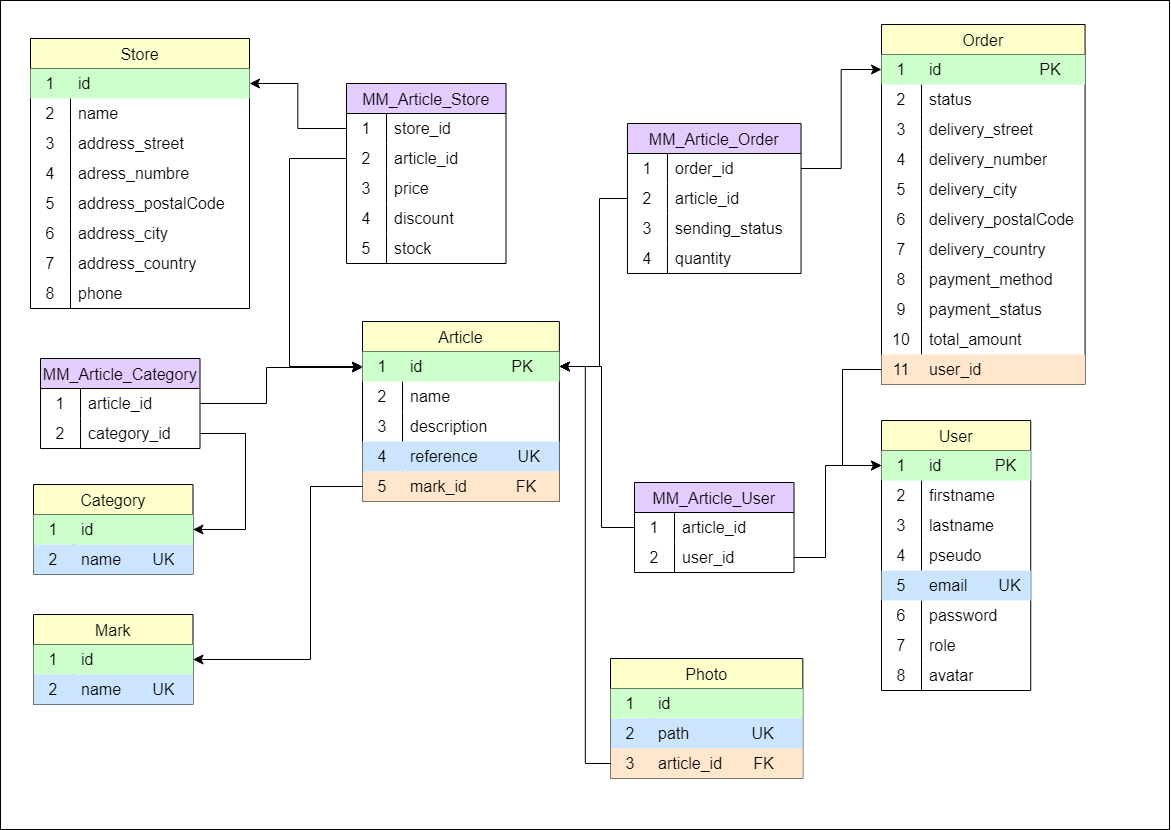
Carole-GRD/TF_expressAPIAstro keeps this draw.io diagram as diagrams/Relationnel.png. Above is the earlier version. Source tidied: cells renumbered, new cells last; positions are measured from the earlier drawing's top-left corner, leaving out a move shared by most shapes.
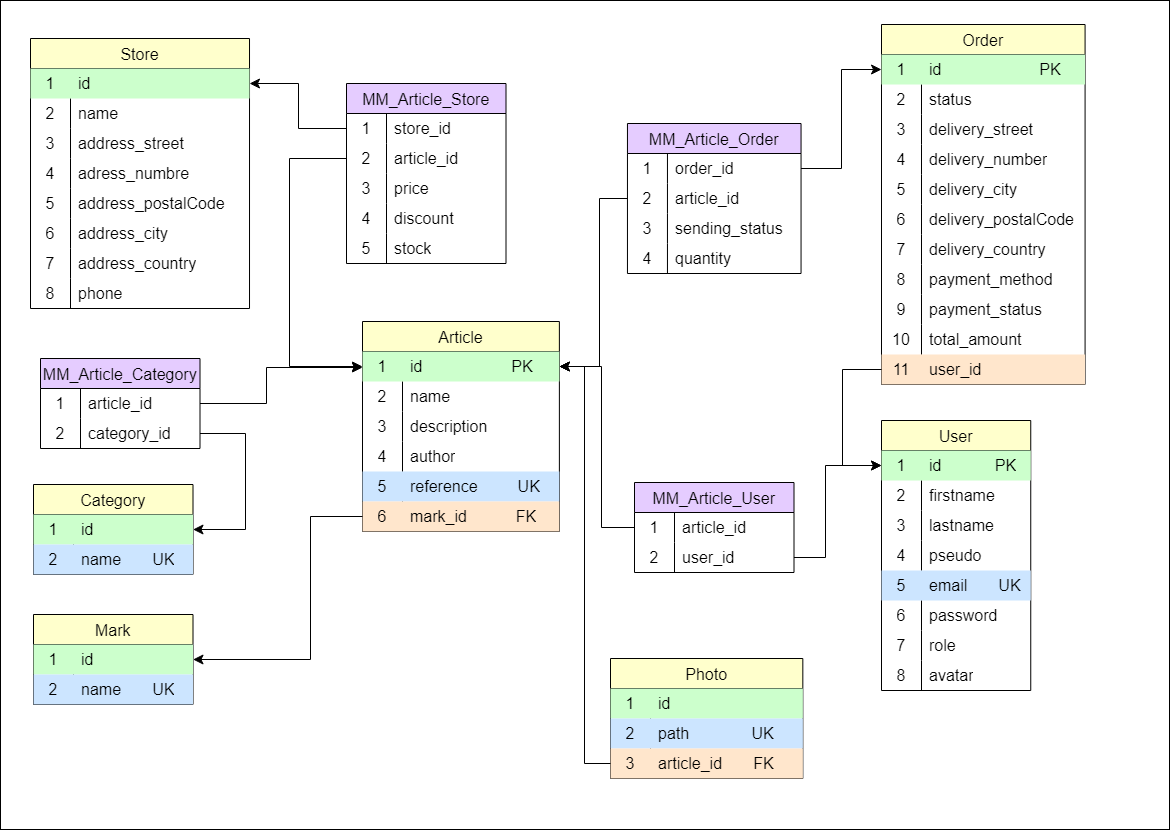
The same file after the commit.

What changed in the source:
```diff
@@ -6,7 +6,7 @@
       <mxGeometry width="1169" height="829" as="geometry" />
     </mxCell>
     <mxCell id="3" value="Article" style="shape=table;startSize=30;rowLines=0;fontStyle=0;strokeColor=default;fontSize=16;fillColor=#FFFFCC;" parent="1" vertex="1">
-      <mxGeometry x="362" y="321" width="196.9" height="180" as="geometry" />
+      <mxGeometry x="362" y="321" width="196.9" height="210" as="geometry" />
     </mxCell>
     <mxCell id="4" style="shape=tableRow;horizontal=0;startSize=0;swimlaneHead=0;swimlaneBody=0;top=0;left=0;bottom=0;right=0;fillColor=#CCFFCC;points=[[0,0.5],[1,0.5]];portConstraint=eastwest;strokeColor=inherit;fontSize=16;" parent="3" vertex="1">
       <mxGeometry y="30" width="196.9" height="30" as="geometry" />
@@ -35,19 +35,28 @@
     <mxCell id="12" value="description" style="shape=partialRectangle;html=1;whiteSpace=wrap;fillColor=none;top=0;left=0;bottom=0;right=0;align=left;spacingLeft=6;overflow=hidden;strokeColor=inherit;fontSize=16;" parent="10" vertex="1">
       <mxGeometry x="40" width="157" height="30" as="geometry" />
     </mxCell>
+    <mxCell id="183" style="shape=tableRow;horizontal=0;startSize=0;swimlaneHead=0;swimlaneBody=0;top=0;left=0;bottom=0;right=0;fillColor=none;strokeColor=inherit;fontSize=16;" parent="3" vertex="1">
+      <mxGeometry y="120" width="196.9" height="30" as="geometry" />
+    </mxCell>
+    <mxCell id="184" value="4" style="shape=partialRectangle;html=1;whiteSpace=wrap;fillColor=none;top=0;left=0;bottom=0;right=0;overflow=hidden;strokeColor=inherit;fontSize=16;" parent="183" vertex="1">
+      <mxGeometry width="40" height="30" as="geometry" />
+    </mxCell>
+    <mxCell id="185" value="author" style="shape=partialRectangle;html=1;whiteSpace=wrap;fillColor=none;top=0;left=0;bottom=0;right=0;align=left;spacingLeft=6;overflow=hidden;strokeColor=inherit;fontSize=16;" parent="183" vertex="1">
+      <mxGeometry x="40" width="157" height="30" as="geometry" />
+    </mxCell>
     <mxCell id="13" style="shape=tableRow;horizontal=0;startSize=0;swimlaneHead=0;swimlaneBody=0;top=0;left=0;bottom=0;right=0;fillColor=#CCE5FF;strokeColor=inherit;fontSize=16;" parent="3" vertex="1">
-      <mxGeometry y="120" width="196.9" height="30" as="geometry" />
+      <mxGeometry y="150" width="196.9" height="30" as="geometry" />
     </mxCell>
-    <mxCell id="14" value="4" style="shape=partialRectangle;html=1;whiteSpace=wrap;fillColor=none;top=0;left=0;bottom=0;right=0;overflow=hidden;strokeColor=inherit;fontSize=16;" parent="13" vertex="1">
+    <mxCell id="14" value="5" style="shape=partialRectangle;html=1;whiteSpace=wrap;fillColor=none;top=0;left=0;bottom=0;right=0;overflow=hidden;strokeColor=inherit;fontSize=16;" parent="13" vertex="1">
       <mxGeometry width="40" height="30" as="geometry" />
     </mxCell>
     <mxCell id="15" value="reference&amp;nbsp; &amp;nbsp; &amp;nbsp; &amp;nbsp; &amp;nbsp;UK" style="shape=partialRectangle;html=1;whiteSpace=wrap;fillColor=none;top=0;left=0;bottom=0;right=0;align=left;spacingLeft=6;overflow=hidden;strokeColor=inherit;fontSize=16;" parent="13" vertex="1">
       <mxGeometry x="40" width="157" height="30" as="geometry" />
     </mxCell>
     <mxCell id="16" style="shape=tableRow;horizontal=0;startSize=0;swimlaneHead=0;swimlaneBody=0;top=0;left=0;bottom=0;right=0;fillColor=#FFE6CC;points=[[0,0.5],[1,0.5]];portConstraint=eastwest;strokeColor=inherit;fontSize=16;" parent="3" vertex="1">
-      <mxGeometry y="150" width="196.9" height="30" as="geometry" />
+      <mxGeometry y="180" width="196.9" height="30" as="geometry" />
     </mxCell>
-    <mxCell id="17" value="5" style="shape=partialRectangle;html=1;whiteSpace=wrap;fillColor=none;top=0;left=0;bottom=0;right=0;overflow=hidden;strokeColor=inherit;fontSize=16;" parent="16" vertex="1">
+    <mxCell id="17" value="6" style="shape=partialRectangle;html=1;whiteSpace=wrap;fillColor=none;top=0;left=0;bottom=0;right=0;overflow=hidden;strokeColor=inherit;fontSize=16;" parent="16" vertex="1">
       <mxGeometry width="40" height="30" as="geometry" />
     </mxCell>
     <mxCell id="18" value="mark_id&amp;nbsp; &amp;nbsp; &amp;nbsp; &amp;nbsp; &amp;nbsp; &amp;nbsp;FK" style="shape=partialRectangle;html=1;whiteSpace=wrap;fillColor=none;top=0;left=0;bottom=0;right=0;align=left;spacingLeft=6;overflow=hidden;strokeColor=inherit;fontSize=16;" parent="16" vertex="1">
```
